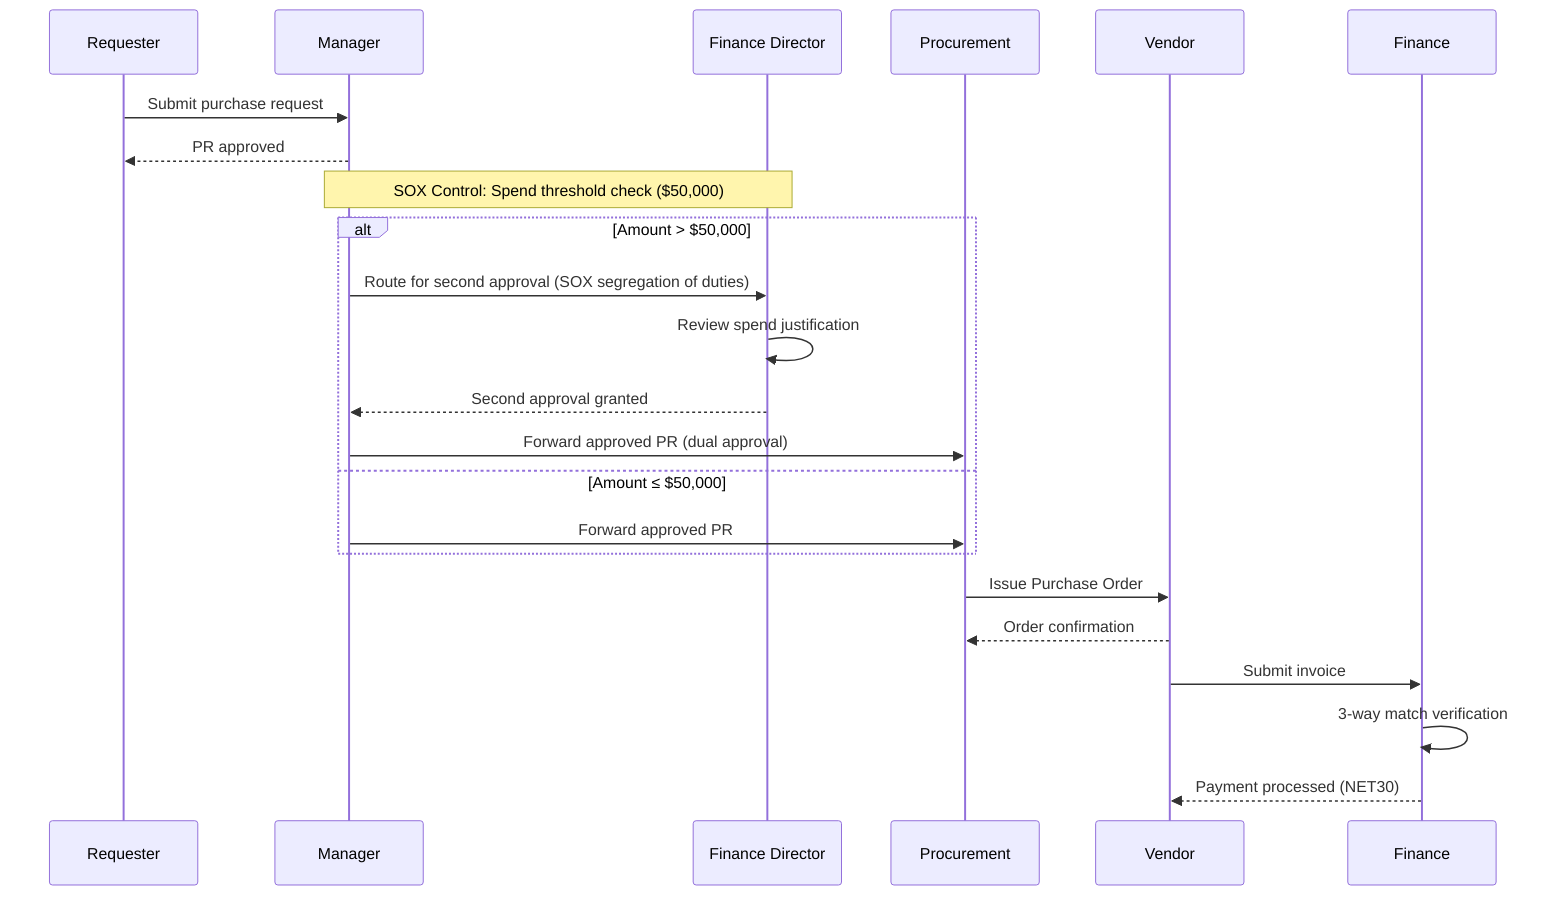
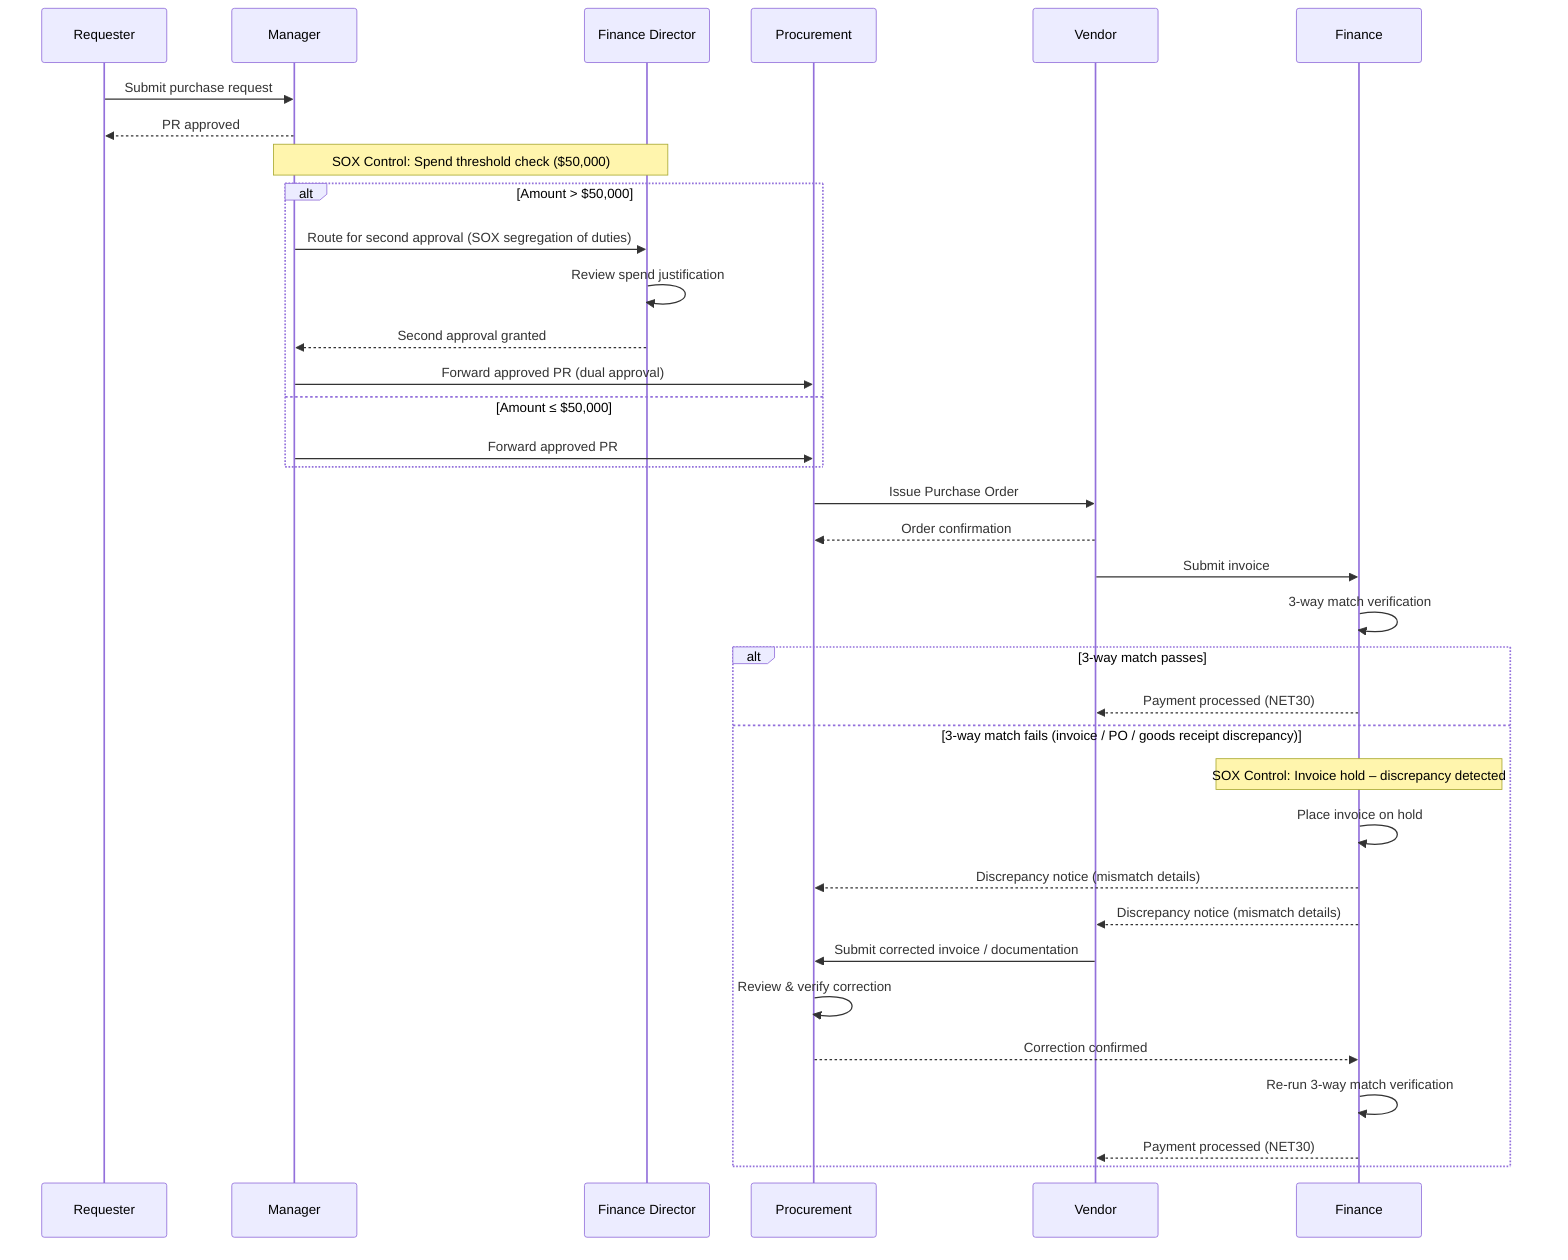
sequenceDiagram
    participant R as Requester
    participant M as Manager
-     %% ⚡ CHANGED SECTION
    participant FD as Finance Director
    participant P as Procurement
    participant V as Vendor
    participant F as Finance

    R->>M: Submit purchase request
    M-->>R: PR approved
-     %% ⚡ CHANGED SECTION
    Note over M,FD: SOX Control: Spend threshold check ($50,000)
    alt Amount > $50,000
        M->>FD: Route for second approval (SOX segregation of duties)
        FD->>FD: Review spend justification
        FD-->>M: Second approval granted
        M->>P: Forward approved PR (dual approval)
    else Amount ≤ $50,000
        M->>P: Forward approved PR
    end
    P->>V: Issue Purchase Order
    V-->>P: Order confirmation
    V->>F: Submit invoice
    F->>F: 3-way match verification
-     F-->>V: Payment processed (NET30)
+     %% ⚡ CHANGED SECTION
+     alt 3-way match passes
+         F-->>V: Payment processed (NET30)
+     else 3-way match fails (invoice / PO / goods receipt discrepancy)
+         Note over F: SOX Control: Invoice hold – discrepancy detected
+         F->>F: Place invoice on hold
+         F-->>P: Discrepancy notice (mismatch details)
+         F-->>V: Discrepancy notice (mismatch details)
+         V->>P: Submit corrected invoice / documentation
+         P->>P: Review & verify correction
+         P-->>F: Correction confirmed
+         F->>F: Re-run 3-way match verification
+         F-->>V: Payment processed (NET30)
+     end

%% EXPLANATION:
- %% Added Finance Director as a new participant. After Manager approval, a spend threshold check (annotated with the $50,000 SOX control note for auditor visibility) routes high-value requests through the Finance Director for a second approval before Procurement receives the PR, while requests at or under $50,000 continue directly to Procurement as before. All existing interactions are preserved unchanged.+ %% Replaced the single payment step after 3-way match with an alt/else block. The happy path (match passes) proceeds directly to payment. The failure path places the invoice on hold, sends discrepancy notices to both Procurement and the Vendor, waits for the Vendor to submit corrections through Procurement, requires Procurement's explicit confirmation, triggers a re-run of the 3-way match, and only then releases payment. A SOX Control annotation marks the hold as an auditable control point. All existing interactions are preserved unchanged.